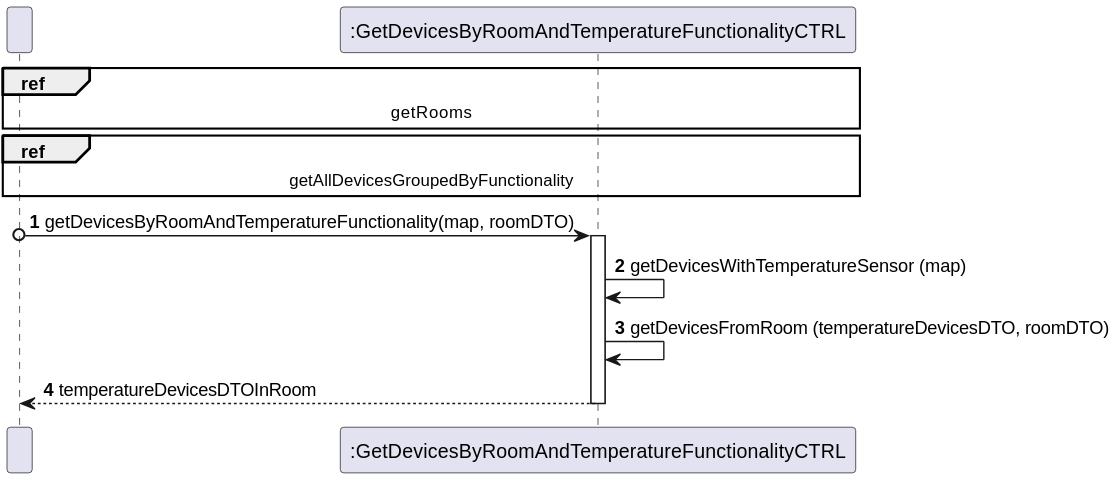
Above: docs/useCases/uc12_toGetDevicesByRoomAndTemperatureFunctionality/artifacts/uc12_SD.svg in olivDiogo/SmartHome (PlantUML), before the change.
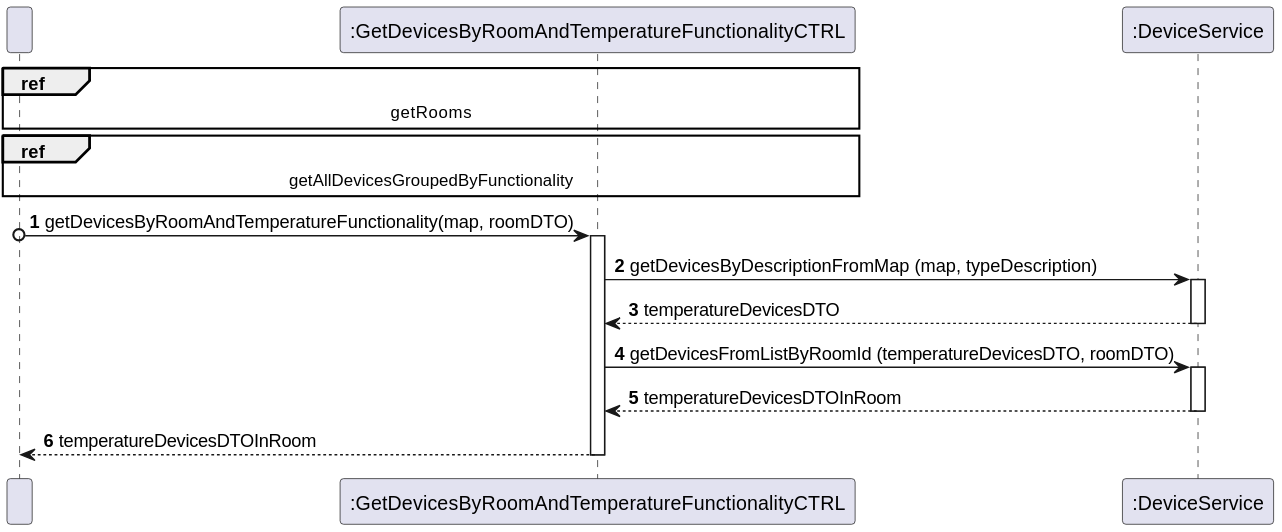
The same file after the commit.

The edit, as a diff of the source:
```diff
@@ -2,7 +2,7 @@
 
 participant " " as User
 participant Controller as ":GetDevicesByRoomAndTemperatureFunctionalityCTRL"
-
+participant Service as ":DeviceService"
 
 autonumber
 
@@ -14,9 +14,21 @@
 
 activate Controller
 
-Controller -> Controller: getDevicesWithTemperatureSensor (map)
+Controller -> Service: getDevicesByDescriptionFromMap (map, typeDescription)
 
-Controller -> Controller: getDevicesFromRoom (temperatureDevicesDTO, roomDTO)
+activate Service
+
+Service --> Controller: temperatureDevicesDTO
+
+deactivate Service
+
+Controller -> Service: getDevicesFromListByRoomId (temperatureDevicesDTO, roomDTO)
+
+activate Service
+
+Service --> Controller: temperatureDevicesDTOInRoom
+
+deactivate Service
 
 Controller --> User: temperatureDevicesDTOInRoom
 
```
